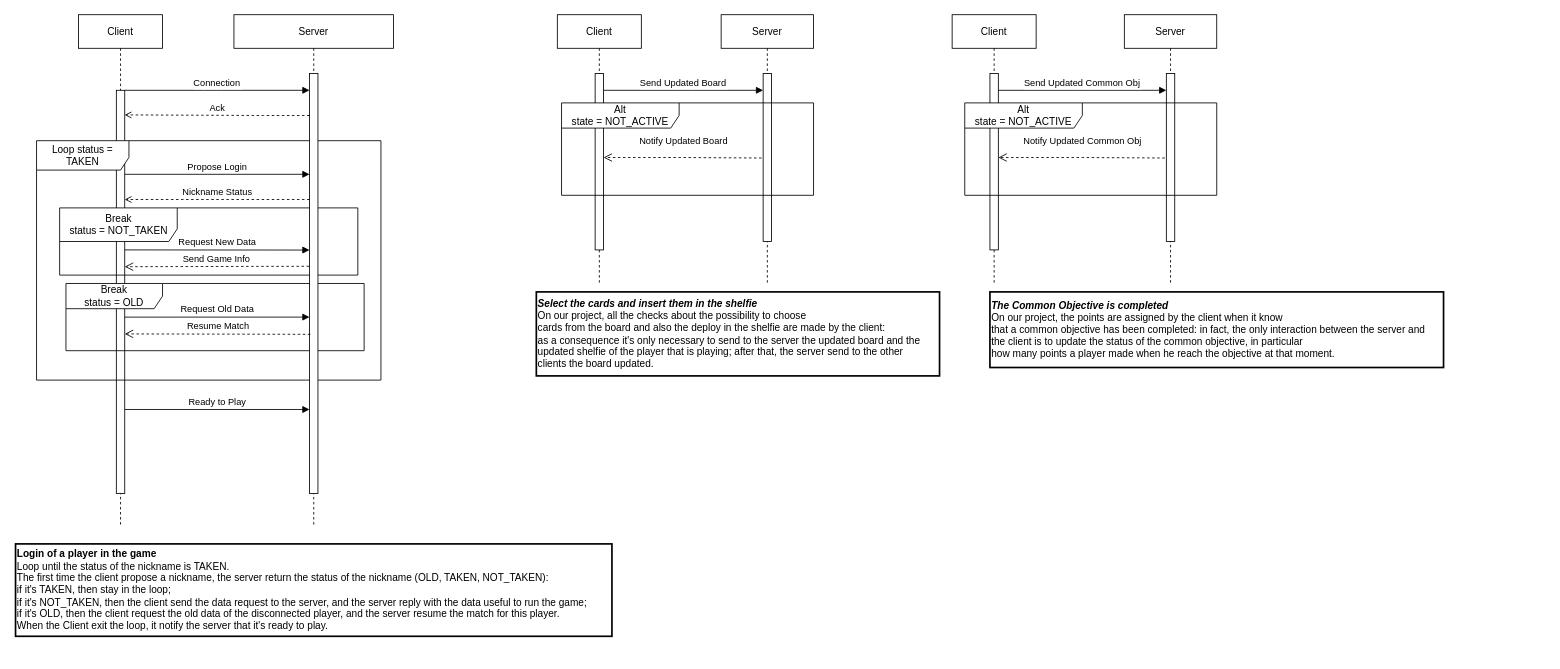
Davide-Ettori/My_Shelfie-Distributed-Online-Game keeps this draw.io diagram as deliveries/Diagrammi UML/Sequence Diagram.drawio. Above is the earlier version. Source tidied: cells renumbered, new cells numbered last; positions are measured from the earlier drawing's top-left corner, leaving out a move shared by most shapes. Both pictures are drawn from the tidied source at 84%, with x=0, y=0 at pixel (15, 14).
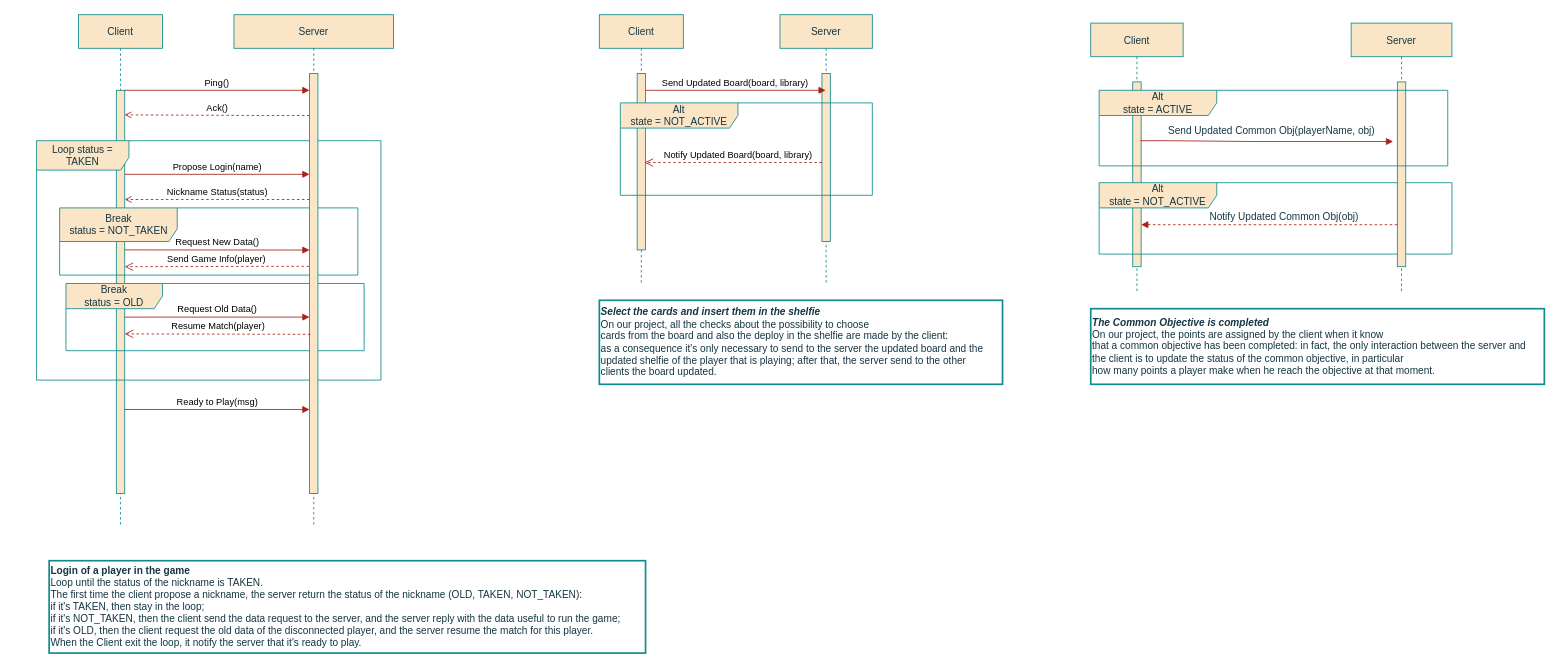
Above is the later version.

Change to the diagram source:
```diff
@@
-    <mxCell id="2" value="Client" style="shape=umlLifeline;perimeter=lifelinePerimeter;rounded=0;shadow=0;strokeWidth=1;" parent="1" vertex="1">
+    <mxCell id="2" value="Client" style="shape=umlLifeline;perimeter=lifelinePerimeter;rounded=0;shadow=0;strokeWidth=1;labelBackgroundColor=none;fillColor=#FAE5C7;strokeColor=#0F8B8D;fontColor=#143642;" parent="1" vertex="1">
       <mxGeometry x="75" width="100" height="610" as="geometry" />
     </mxCell>
-    <mxCell id="3" style="points=[];perimeter=orthogonalPerimeter;rounded=0;shadow=0;strokeWidth=1;" parent="2" vertex="1">
+    <mxCell id="3" style="points=[];perimeter=orthogonalPerimeter;rounded=0;shadow=0;strokeWidth=1;labelBackgroundColor=none;fillColor=#FAE5C7;strokeColor=#0F8B8D;fontColor=#143642;" parent="2" vertex="1">
       <mxGeometry x="45" y="90" width="10" height="480" as="geometry" />
     </mxCell>
-    <mxCell id="4" value="Ready to Play" style="html=1;verticalAlign=bottom;endArrow=block;rounded=0;" parent="2" edge="1" target="9">
+    <mxCell id="4" value="Ready to Play(msg)" style="html=1;verticalAlign=bottom;endArrow=block;rounded=0;labelBackgroundColor=none;strokeColor=#A8201A;fontColor=default;" parent="2" edge="1" target="9">
       <mxGeometry relative="1" as="geometry">
         <mxPoint x="55" y="470" as="sourcePoint" />
       </mxGeometry>
     </mxCell>
-    <mxCell id="5" value="Loop status = TAKEN" style="shape=umlFrame;whiteSpace=wrap;html=1;width=110;height=35;gradientColor=none;" parent="2" vertex="1">
+    <mxCell id="5" value="Loop status = TAKEN" style="shape=umlFrame;whiteSpace=wrap;html=1;width=110;height=35;labelBackgroundColor=none;fillColor=#FAE5C7;strokeColor=#0F8B8D;fontColor=#143642;" parent="2" vertex="1">
       <mxGeometry x="-50" y="150" width="410" height="285" as="geometry" />
     </mxCell>
-    <mxCell id="6" value="Break&lt;br&gt;status = NOT_TAKEN" style="shape=umlFrame;whiteSpace=wrap;html=1;width=140;height=40;" parent="2" vertex="1">
+    <mxCell id="6" value="Break&lt;br&gt;status = NOT_TAKEN" style="shape=umlFrame;whiteSpace=wrap;html=1;width=140;height=40;labelBackgroundColor=none;fillColor=#FAE5C7;strokeColor=#0F8B8D;fontColor=#143642;" parent="2" vertex="1">
       <mxGeometry x="-22.5" y="230" width="355" height="80" as="geometry" />
     </mxCell>
-    <mxCell id="7" value="Break&lt;br&gt;status = OLD" style="shape=umlFrame;whiteSpace=wrap;html=1;fillStyle=auto;fillColor=default;width=115;height=30;swimlaneFillColor=none;" parent="1" vertex="1">
+    <mxCell id="7" value="Break&lt;br&gt;status = OLD" style="shape=umlFrame;whiteSpace=wrap;html=1;fillStyle=auto;fillColor=#FAE5C7;width=115;height=30;swimlaneFillColor=none;labelBackgroundColor=none;strokeColor=#0F8B8D;fontColor=#143642;" parent="1" vertex="1">
       <mxGeometry x="60" y="320" width="355" height="80" as="geometry" />
     </mxCell>
-    <mxCell id="8" value="Server" style="shape=umlLifeline;perimeter=lifelinePerimeter;rounded=0;shadow=0;strokeWidth=1;" parent="1" vertex="1">
+    <mxCell id="8" value="Server" style="shape=umlLifeline;perimeter=lifelinePerimeter;rounded=0;shadow=0;strokeWidth=1;labelBackgroundColor=none;fillColor=#FAE5C7;strokeColor=#0F8B8D;fontColor=#143642;" parent="1" vertex="1">
       <mxGeometry x="260" width="190" height="610" as="geometry" />
     </mxCell>
-    <mxCell id="9" style="points=[];perimeter=orthogonalPerimeter;rounded=0;shadow=0;strokeWidth=1;" parent="8" vertex="1">
+    <mxCell id="9" style="points=[];perimeter=orthogonalPerimeter;rounded=0;shadow=0;strokeWidth=1;labelBackgroundColor=none;fillColor=#FAE5C7;strokeColor=#0F8B8D;fontColor=#143642;" parent="8" vertex="1">
       <mxGeometry x="90" y="70" width="10" height="500" as="geometry" />
     </mxCell>
-    <mxCell id="10" value="Nickname Status" style="html=1;verticalAlign=bottom;endArrow=open;rounded=0;dashed=1;endFill=0;" parent="8" edge="1" source="9">
+    <mxCell id="10" value="Nickname Status(status)" style="html=1;verticalAlign=bottom;endArrow=open;rounded=0;dashed=1;endFill=0;labelBackgroundColor=none;strokeColor=#A8201A;fontColor=default;" parent="8" edge="1" source="9">
       <mxGeometry relative="1" as="geometry">
         <mxPoint x="-130" y="220" as="targetPoint" />
       </mxGeometry>
     </mxCell>
-    <mxCell id="11" value="Request New Data" style="html=1;verticalAlign=bottom;endArrow=block;rounded=0;endFill=1;" parent="8" edge="1">
+    <mxCell id="11" value="Request New Data()" style="html=1;verticalAlign=bottom;endArrow=block;rounded=0;endFill=1;labelBackgroundColor=none;strokeColor=#A8201A;fontColor=default;" parent="8" edge="1">
       <mxGeometry relative="1" as="geometry">
         <mxPoint x="-130" y="280" as="sourcePoint" />
         <mxPoint x="90" y="280.2" as="targetPoint" />
       </mxGeometry>
     </mxCell>
-    <mxCell id="12" value="Connection" style="verticalAlign=bottom;endArrow=block;shadow=0;strokeWidth=1;" parent="1" edge="1" source="3">
+    <mxCell id="12" value="Ping()" style="verticalAlign=bottom;endArrow=block;shadow=0;strokeWidth=1;labelBackgroundColor=none;strokeColor=#A8201A;fontColor=default;" parent="1" edge="1" source="3">
       <mxGeometry relative="1" as="geometry">
         <mxPoint x="350" y="90" as="targetPoint" />
         <Array as="points">
           <mxPoint x="235" y="90" />
         </Array>
       </mxGeometry>
     </mxCell>
-    <mxCell id="13" value="Ack" style="html=1;verticalAlign=bottom;endArrow=open;rounded=0;dashed=1;endFill=0;entryX=0.99;entryY=0.061;entryDx=0;entryDy=0;entryPerimeter=0;exitX=0;exitY=0.1;exitDx=0;exitDy=0;exitPerimeter=0;" parent="1" edge="1" source="9" target="3">
+    <mxCell id="13" value="Ack()" style="html=1;verticalAlign=bottom;endArrow=open;rounded=0;dashed=1;endFill=0;entryX=0.99;entryY=0.061;entryDx=0;entryDy=0;entryPerimeter=0;exitX=0;exitY=0.1;exitDx=0;exitDy=0;exitPerimeter=0;labelBackgroundColor=none;strokeColor=#A8201A;fontColor=default;" parent="1" edge="1" source="9" target="3">
       <mxGeometry relative="1" as="geometry">
         <Array as="points">
           <mxPoint x="295" y="120" />
         </Array>
       </mxGeometry>
     </mxCell>
-    <mxCell id="14" value="Resume Match" style="html=1;verticalAlign=bottom;endArrow=open;dashed=1;endSize=8;rounded=0;exitX=0.092;exitY=0.621;exitDx=0;exitDy=0;exitPerimeter=0;" parent="1" edge="1" source="9">
+    <mxCell id="14" value="Resume Match(player)" style="html=1;verticalAlign=bottom;endArrow=open;dashed=1;endSize=8;rounded=0;exitX=0.092;exitY=0.621;exitDx=0;exitDy=0;exitPerimeter=0;labelBackgroundColor=none;strokeColor=#A8201A;fontColor=default;" parent="1" edge="1" source="9">
       <mxGeometry relative="1" as="geometry">
         <mxPoint x="130" y="380" as="targetPoint" />
       </mxGeometry>
     </mxCell>
-    <mxCell id="15" value="Request Old Data" style="html=1;verticalAlign=bottom;endArrow=block;rounded=0;endFill=1;exitX=0.256;exitY=0.737;exitDx=0;exitDy=0;exitPerimeter=0;" parent="1" edge="1" source="5">
+    <mxCell id="15" value="Request Old Data()" style="html=1;verticalAlign=bottom;endArrow=block;rounded=0;endFill=1;exitX=0.256;exitY=0.737;exitDx=0;exitDy=0;exitPerimeter=0;labelBackgroundColor=none;strokeColor=#A8201A;fontColor=default;" parent="1" edge="1" source="5">
       <mxGeometry relative="1" as="geometry">
         <mxPoint x="350" y="360" as="targetPoint" />
       </mxGeometry>
     </mxCell>
-    <mxCell id="16" value="Client" style="shape=umlLifeline;perimeter=lifelinePerimeter;rounded=0;shadow=0;strokeWidth=1;" parent="1" vertex="1">
-      <mxGeometry x="645" width="100" height="320" as="geometry" />
+    <mxCell id="16" value="Client" style="shape=umlLifeline;perimeter=lifelinePerimeter;rounded=0;shadow=0;strokeWidth=1;labelBackgroundColor=none;fillColor=#FAE5C7;strokeColor=#0F8B8D;fontColor=#143642;" parent="1" vertex="1">
+      <mxGeometry x="695" width="100" height="320" as="geometry" />
     </mxCell>
-    <mxCell id="17" style="points=[];perimeter=orthogonalPerimeter;rounded=0;shadow=0;strokeWidth=1;" parent="16" vertex="1">
+    <mxCell id="17" style="points=[];perimeter=orthogonalPerimeter;rounded=0;shadow=0;strokeWidth=1;labelBackgroundColor=none;fillColor=#FAE5C7;strokeColor=#0F8B8D;fontColor=#143642;" parent="16" vertex="1">
       <mxGeometry x="45" y="70" width="10" height="210" as="geometry" />
     </mxCell>
-    <mxCell id="18" value="Server" style="shape=umlLifeline;perimeter=lifelinePerimeter;rounded=0;shadow=0;strokeWidth=1;" parent="1" vertex="1">
-      <mxGeometry x="840" width="110" height="320" as="geometry" />
+    <mxCell id="18" value="Server" style="shape=umlLifeline;perimeter=lifelinePerimeter;rounded=0;shadow=0;strokeWidth=1;labelBackgroundColor=none;fillColor=#FAE5C7;strokeColor=#0F8B8D;fontColor=#143642;" parent="1" vertex="1">
+      <mxGeometry x="910" width="110" height="320" as="geometry" />
     </mxCell>
-    <mxCell id="19" style="points=[];perimeter=orthogonalPerimeter;rounded=0;shadow=0;strokeWidth=1;" parent="18" vertex="1">
+    <mxCell id="19" style="points=[];perimeter=orthogonalPerimeter;rounded=0;shadow=0;strokeWidth=1;labelBackgroundColor=none;fillColor=#FAE5C7;strokeColor=#0F8B8D;fontColor=#143642;" parent="18" vertex="1">
       <mxGeometry x="50" y="70" width="10" height="200" as="geometry" />
     </mxCell>
-    <mxCell id="20" value="Alt&lt;br&gt;state = NOT_ACTIVE" style="shape=umlFrame;whiteSpace=wrap;html=1;fillStyle=auto;fillColor=default;width=140;height=30;" parent="18" vertex="1">
+    <mxCell id="20" value="Alt&lt;br&gt;state = NOT_ACTIVE" style="shape=umlFrame;whiteSpace=wrap;html=1;fillStyle=auto;fillColor=#FAE5C7;width=140;height=30;labelBackgroundColor=none;strokeColor=#0F8B8D;fontColor=#143642;" parent="18" vertex="1">
       <mxGeometry x="-190" y="105" width="300" height="110" as="geometry" />
     </mxCell>
-    <mxCell id="21" value="Send Updated Board" style="verticalAlign=bottom;endArrow=block;shadow=0;strokeWidth=1;" parent="1" edge="1" source="17">
+    <mxCell id="21" value="Send Updated Board(board, library)" style="verticalAlign=bottom;endArrow=block;shadow=0;strokeWidth=1;labelBackgroundColor=none;strokeColor=#A8201A;fontColor=default;" parent="1" edge="1" source="17" target="18">
       <mxGeometry relative="1" as="geometry">
-        <mxPoint x="890" y="90" as="targetPoint" />
         <Array as="points">
-          <mxPoint x="795" y="90" />
+          <mxPoint x="845" y="90" />
         </Array>
       </mxGeometry>
     </mxCell>
-    <mxCell id="22" value="Notify Updated Board" style="html=1;verticalAlign=bottom;endArrow=open;dashed=1;endSize=8;rounded=0;exitX=-0.189;exitY=0.503;exitDx=0;exitDy=0;exitPerimeter=0;" parent="1" edge="1" source="19">
-      <mxGeometry x="-0.01" y="-10" relative="1" as="geometry">
-        <mxPoint x="700" y="170" as="targetPoint" />
+    <mxCell id="22" value="Notify Updated Board(board, library)" style="html=1;verticalAlign=bottom;endArrow=open;dashed=1;endSize=8;rounded=0;labelBackgroundColor=none;strokeColor=#A8201A;fontColor=default;exitX=0.8;exitY=0.645;exitDx=0;exitDy=0;exitPerimeter=0;" parent="1" edge="1" source="20">
+      <mxGeometry x="-0.05" relative="1" as="geometry">
+        <mxPoint x="749" y="176" as="targetPoint" />
         <Array as="points">
-          <mxPoint x="790" y="170" />
+          <mxPoint x="839" y="176" />
         </Array>
       </mxGeometry>
     </mxCell>
-    <mxCell id="23" value="Client" style="shape=umlLifeline;perimeter=lifelinePerimeter;rounded=0;shadow=0;strokeWidth=1;" parent="1" vertex="1">
-      <mxGeometry x="1115" width="100" height="320" as="geometry" />
+    <mxCell id="23" value="Client" style="shape=umlLifeline;perimeter=lifelinePerimeter;rounded=0;shadow=0;strokeWidth=1;labelBackgroundColor=none;fillColor=#FAE5C7;strokeColor=#0F8B8D;fontColor=#143642;size=40;" parent="1" vertex="1">
+      <mxGeometry x="1280" y="10" width="110" height="320" as="geometry" />
     </mxCell>
-    <mxCell id="24" style="points=[];perimeter=orthogonalPerimeter;rounded=0;shadow=0;strokeWidth=1;" parent="23" vertex="1">
-      <mxGeometry x="45" y="70" width="10" height="210" as="geometry" />
+    <mxCell id="24" style="points=[];perimeter=orthogonalPerimeter;rounded=0;shadow=0;strokeWidth=1;labelBackgroundColor=none;fillColor=#FAE5C7;strokeColor=#0F8B8D;fontColor=#143642;" parent="23" vertex="1">
+      <mxGeometry x="50" y="70" width="10" height="220" as="geometry" />
     </mxCell>
+    <mxCell id="35" style="verticalAlign=bottom;endArrow=block;shadow=0;strokeWidth=1;labelBackgroundColor=none;strokeColor=#A8201A;fontColor=default;" parent="23" edge="1">
+      <mxGeometry x="-0.01" y="-30" relative="1" as="geometry">
+        <mxPoint x="59" y="140" as="sourcePoint" />
+        <mxPoint x="360" y="141" as="targetPoint" />
+        <Array as="points">
+          <mxPoint x="94" y="140" />
+          <mxPoint x="194" y="141" />
+        </Array>
+      </mxGeometry>
+    </mxCell>
-    <mxCell id="25" value="Server" style="shape=umlLifeline;perimeter=lifelinePerimeter;rounded=0;shadow=0;strokeWidth=1;" parent="1" vertex="1">
-      <mxGeometry x="1320" width="110" height="320" as="geometry" />
+    <mxCell id="25" value="Server" style="shape=umlLifeline;perimeter=lifelinePerimeter;rounded=0;shadow=0;strokeWidth=1;labelBackgroundColor=none;fillColor=#FAE5C7;strokeColor=#0F8B8D;fontColor=#143642;" parent="1" vertex="1">
+      <mxGeometry x="1590" y="10" width="120" height="320" as="geometry" />
     </mxCell>
+    <mxCell id="27" value="Alt&lt;br&gt;state = NOT_ACTIVE" style="shape=umlFrame;whiteSpace=wrap;html=1;fillStyle=auto;fillColor=#FAE5C7;width=140;height=30;labelBackgroundColor=none;strokeColor=#0F8B8D;fontColor=#143642;" parent="25" vertex="1">
+      <mxGeometry x="-300" y="190" width="420" height="85" as="geometry" />
+    </mxCell>
-    <mxCell id="26" style="points=[];perimeter=orthogonalPerimeter;rounded=0;shadow=0;strokeWidth=1;" parent="25" vertex="1">
-      <mxGeometry x="50" y="70" width="10" height="200" as="geometry" />
+    <mxCell id="26" style="points=[];perimeter=orthogonalPerimeter;rounded=0;shadow=0;strokeWidth=1;labelBackgroundColor=none;fillColor=#FAE5C7;strokeColor=#0F8B8D;fontColor=#143642;" parent="25" vertex="1">
+      <mxGeometry x="55" y="70" width="10" height="220" as="geometry" />
     </mxCell>
-    <mxCell id="27" value="Alt&lt;br&gt;state = NOT_ACTIVE" style="shape=umlFrame;whiteSpace=wrap;html=1;fillStyle=auto;fillColor=default;width=140;height=30;" parent="25" vertex="1">
-      <mxGeometry x="-190" y="105" width="300" height="110" as="geometry" />
-    </mxCell>
-    <mxCell id="28" value="Send Updated Common Obj" style="verticalAlign=bottom;endArrow=block;shadow=0;strokeWidth=1;" parent="1" edge="1" source="24">
-      <mxGeometry relative="1" as="geometry">
-        <mxPoint x="1370" y="90" as="targetPoint" />
-        <Array as="points">
-          <mxPoint x="1275" y="90" />
-        </Array>
-      </mxGeometry>
-    </mxCell>
-    <mxCell id="29" value="Notify Updated Common Obj" style="html=1;verticalAlign=bottom;endArrow=open;dashed=1;endSize=8;rounded=0;exitX=-0.189;exitY=0.503;exitDx=0;exitDy=0;exitPerimeter=0;" parent="1" edge="1" source="26">
-      <mxGeometry x="-0.01" y="-10" relative="1" as="geometry">
-        <mxPoint x="1170" y="170" as="targetPoint" />
-        <Array as="points">
-          <mxPoint x="1270" y="170" />
-        </Array>
-      </mxGeometry>
-    </mxCell>
-    <mxCell id="30" value="&lt;div style=&quot;&quot;&gt;&lt;div&gt;&lt;b&gt;Login of a player in the game&lt;/b&gt;&lt;/div&gt;&lt;div&gt;Loop until the status of the nickname is TAKEN.&lt;/div&gt;&lt;div&gt;The first time the client propose a nickname, the server return the status of the nickname (OLD, TAKEN, NOT_TAKEN):&amp;nbsp;&lt;/div&gt;&lt;div&gt;if it's TAKEN, then stay in the loop;&lt;/div&gt;&lt;div&gt;if it's NOT_TAKEN, then the client send the data request to the server, and the server reply with the data useful to run the game;&amp;nbsp;&lt;/div&gt;&lt;div&gt;if it's OLD, then the client request the old data of the disconnected player, and the server resume the match for this player.&lt;/div&gt;&lt;div style=&quot;&quot;&gt;When the Client exit the loop, it notify the server that it's ready to play.&lt;/div&gt;&lt;/div&gt;" style="text;html=1;align=left;verticalAlign=middle;strokeColor=default;fillColor=none;strokeWidth=2;" parent="1" vertex="1">
-      <mxGeometry y="630" width="710" height="110" as="geometry" />
+    <mxCell id="30" value="&lt;div style=&quot;&quot;&gt;&lt;div&gt;&lt;b&gt;Login of a player in the game&lt;/b&gt;&lt;/div&gt;&lt;div&gt;Loop until the status of the nickname is TAKEN.&lt;/div&gt;&lt;div&gt;The first time the client propose a nickname, the server return the status of the nickname (OLD, TAKEN, NOT_TAKEN):&amp;nbsp;&lt;/div&gt;&lt;div&gt;if it's TAKEN, then stay in the loop;&lt;/div&gt;&lt;div&gt;if it's NOT_TAKEN, then the client send the data request to the server, and the server reply with the data useful to run the game;&amp;nbsp;&lt;/div&gt;&lt;div&gt;if it's OLD, then the client request the old data of the disconnected player, and the server resume the match for this player.&lt;/div&gt;&lt;div style=&quot;&quot;&gt;When the Client exit the loop, it notify the server that it's ready to play.&lt;/div&gt;&lt;/div&gt;" style="text;html=1;align=left;verticalAlign=middle;strokeColor=#0F8B8D;fillColor=none;strokeWidth=2;labelBackgroundColor=none;fontColor=#143642;" parent="1" vertex="1">
+      <mxGeometry x="40" y="650" width="710" height="110" as="geometry" />
     </mxCell>
-    <mxCell id="31" value="&lt;div&gt;&lt;b&gt;&lt;i&gt;Select the cards and insert them in the shelfie&lt;/i&gt;&lt;/b&gt;&lt;/div&gt;&lt;div&gt;On our project, all the checks about the possibility to choose&amp;nbsp;&lt;/div&gt;&lt;div style=&quot;&quot;&gt;cards from the board and also the deploy in the shelfie are made by the client:&amp;nbsp;&lt;/div&gt;&lt;div&gt;as a consequence it's only necessary to send to the server the updated board and the&amp;nbsp;&lt;/div&gt;&lt;div&gt;updated shelfie of the player that is playing; after that, the server send to the other&amp;nbsp;&lt;/div&gt;&lt;div&gt;clients the board updated.&lt;/div&gt;" style="text;html=1;align=left;verticalAlign=middle;strokeColor=default;fillColor=none;strokeWidth=2;" parent="1" vertex="1">
-      <mxGeometry x="620" y="330" width="480" height="100" as="geometry" />
+    <mxCell id="31" value="&lt;div&gt;&lt;b&gt;&lt;i&gt;Select the cards and insert them in the shelfie&lt;/i&gt;&lt;/b&gt;&lt;/div&gt;&lt;div&gt;On our project, all the checks about the possibility to choose&amp;nbsp;&lt;/div&gt;&lt;div style=&quot;&quot;&gt;cards from the board and also the deploy in the shelfie are made by the client:&amp;nbsp;&lt;/div&gt;&lt;div&gt;as a consequence it's only necessary to send to the server the updated board and the&amp;nbsp;&lt;/div&gt;&lt;div&gt;updated shelfie of the player that is playing; after that, the server send to the other&amp;nbsp;&lt;/div&gt;&lt;div&gt;clients the board updated.&lt;/div&gt;" style="text;html=1;align=left;verticalAlign=middle;strokeColor=#0F8B8D;fillColor=none;strokeWidth=2;labelBackgroundColor=none;fontColor=#143642;" parent="1" vertex="1">
+      <mxGeometry x="695" y="340" width="480" height="100" as="geometry" />
     </mxCell>
-    <mxCell id="32" value="&lt;div&gt;&lt;b&gt;&lt;i&gt;The Common Objective is completed&lt;/i&gt;&lt;/b&gt;&lt;/div&gt;&lt;div style=&quot;&quot;&gt;On our project, the points are assigned by the client when it know&amp;nbsp;&lt;/div&gt;&lt;div&gt;that a common objective has been completed: in fact, the only interaction between the server and&amp;nbsp;&lt;/div&gt;&lt;div&gt;the client is to update the status of the common objective, in particular&amp;nbsp;&lt;/div&gt;&lt;div&gt;how many points a player made when he reach the objective at that moment.&lt;/div&gt;" style="text;html=1;align=left;verticalAlign=middle;strokeColor=default;fillColor=none;strokeWidth=2;" parent="1" vertex="1">
-      <mxGeometry x="1160" y="330" width="540" height="90" as="geometry" />
+    <mxCell id="32" value="&lt;div&gt;&lt;b&gt;&lt;i&gt;The Common Objective is completed&lt;/i&gt;&lt;/b&gt;&lt;/div&gt;&lt;div style=&quot;&quot;&gt;On our project, the points are assigned by the client when it know&amp;nbsp;&lt;/div&gt;&lt;div&gt;that a common objective has been completed: in fact, the only interaction between the server and&amp;nbsp;&lt;/div&gt;&lt;div&gt;the client is to update the status of the common objective, in particular&amp;nbsp;&lt;/div&gt;&lt;div&gt;how many points a player make when he reach the objective at that moment.&lt;/div&gt;" style="text;html=1;align=left;verticalAlign=middle;strokeColor=#0F8B8D;fillColor=none;strokeWidth=2;labelBackgroundColor=none;fontColor=#143642;" parent="1" vertex="1">
+      <mxGeometry x="1280" y="350" width="540" height="90" as="geometry" />
     </mxCell>
-    <mxCell id="33" value="Send Game Info" style="html=1;verticalAlign=bottom;endArrow=open;dashed=1;endSize=8;rounded=0;exitX=-0.056;exitY=0.459;exitDx=0;exitDy=0;exitPerimeter=0;" parent="1" edge="1" source="9">
+    <mxCell id="33" value="Send Game Info(player)" style="html=1;verticalAlign=bottom;endArrow=open;dashed=1;endSize=8;rounded=0;exitX=-0.056;exitY=0.459;exitDx=0;exitDy=0;exitPerimeter=0;labelBackgroundColor=none;strokeColor=#A8201A;fontColor=default;" parent="1" edge="1" source="9">
       <mxGeometry relative="1" as="geometry">
         <mxPoint x="130" y="300" as="targetPoint" />
       </mxGeometry>
     </mxCell>
-    <mxCell id="34" value="Propose Login" style="html=1;verticalAlign=bottom;endArrow=block;rounded=0;" parent="1" edge="1" target="9">
+    <mxCell id="34" value="Propose Login(name)" style="html=1;verticalAlign=bottom;endArrow=block;rounded=0;labelBackgroundColor=none;strokeColor=#A8201A;fontColor=default;" parent="1" edge="1" target="9">
       <mxGeometry relative="1" as="geometry">
         <mxPoint x="130" y="190" as="sourcePoint" />
       </mxGeometry>
     </mxCell>
+    <mxCell id="36" style="verticalAlign=bottom;endArrow=block;shadow=0;strokeWidth=1;labelBackgroundColor=none;strokeColor=#A8201A;fontColor=default;dashed=1;" parent="1" edge="1" source="26">
+      <mxGeometry x="1" y="-180" relative="1" as="geometry">
+        <mxPoint x="1340" y="250" as="targetPoint" />
+        <Array as="points">
+          <mxPoint x="1428" y="250" />
+        </Array>
+        <mxPoint x="174" y="-131" as="offset" />
+      </mxGeometry>
+    </mxCell>
+    <mxCell id="37" value="Send Updated Common Obj(playerName, obj)" style="text;html=1;align=center;verticalAlign=middle;strokeColor=none;fillColor=none;fontColor=#143642;" parent="1" vertex="1">
+      <mxGeometry x="1360" y="123" width="270" height="30" as="geometry" />
+    </mxCell>
+    <mxCell id="38" value="Notify Updated Common Obj(obj)" style="text;html=1;align=center;verticalAlign=middle;strokeColor=none;fillColor=none;fontColor=#143642;" parent="1" vertex="1">
+      <mxGeometry x="1410" y="225.5" width="200" height="30" as="geometry" />
+    </mxCell>
+    <mxCell id="39" value="Alt&lt;br&gt;state = ACTIVE" style="shape=umlFrame;whiteSpace=wrap;html=1;strokeColor=#0F8B8D;fontColor=#143642;fillColor=#FAE5C7;width=140;height=30;" parent="1" vertex="1">
+      <mxGeometry x="1290" y="90" width="415" height="90" as="geometry" />
+    </mxCell>
```
